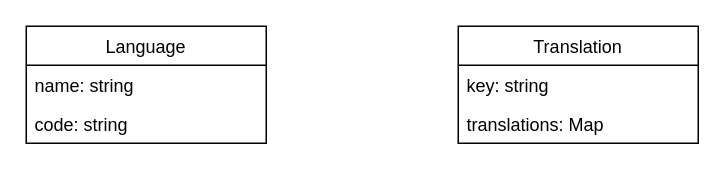
Above: page "Translator" (2 of 4) of docs/Diagrama-de-clases.drawio in starmickey/Students-Manager (draw.io), before the change. Source tidied: cells renumbered, new cells numbered last; positions are measured from the earlier drawing's top-left corner, leaving out a move shared by most shapes. Both pictures are drawn from the tidied source at 150%, with x=0, y=0 at pixel (26, 26).
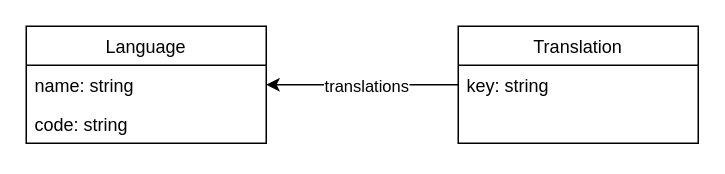
Above is the later version.

The edit, as a diff of the source:
```diff
@@
 <mxGraphModel>
   <root>
     <mxCell id="0" />
     <mxCell id="1" parent="0" />
     <mxCell id="2" value="Language" style="swimlane;fontStyle=0;align=center;verticalAlign=top;horizontal=1;startSize=26;rounded=0;shadow=0;strokeWidth=1;" parent="1" vertex="1">
       <mxGeometry width="160" height="78" as="geometry" />
     </mxCell>
     <mxCell id="3" value="name: string" style="text;align=left;verticalAlign=top;spacingLeft=4;spacingRight=4;overflow=hidden;" parent="2" vertex="1">
       <mxGeometry y="26" width="160" height="26" as="geometry" />
     </mxCell>
     <mxCell id="4" value="code: string" style="text;align=left;verticalAlign=top;spacingLeft=4;spacingRight=4;overflow=hidden;rounded=0;shadow=0;html=0;" parent="2" vertex="1">
       <mxGeometry y="52" width="160" height="26" as="geometry" />
     </mxCell>
+    <mxCell id="8" style="edgeStyle=orthogonalEdgeStyle;rounded=0;jettySize=auto;html=1;" parent="1" edge="1" source="5" target="2">
+      <mxGeometry relative="1" as="geometry" />
+    </mxCell>
+    <mxCell id="9" value="translations" style="edgeLabel;html=1;align=center;verticalAlign=middle;" parent="8" vertex="1">
+      <mxGeometry x="-0.03" relative="1" as="geometry" />
+    </mxCell>
     <mxCell id="5" value="Translation" style="swimlane;fontStyle=0;align=center;verticalAlign=top;horizontal=1;startSize=26;rounded=0;shadow=0;strokeWidth=1;" parent="1" vertex="1">
       <mxGeometry x="288" width="160" height="78" as="geometry" />
     </mxCell>
     <mxCell id="6" value="key: string" style="text;align=left;verticalAlign=top;spacingLeft=4;spacingRight=4;overflow=hidden;" parent="5" vertex="1">
       <mxGeometry y="26" width="160" height="26" as="geometry" />
     </mxCell>
-    <mxCell id="7" value="translations: Map" style="text;align=left;verticalAlign=top;spacingLeft=4;spacingRight=4;overflow=hidden;rounded=0;shadow=0;html=0;" parent="5" vertex="1">
-      <mxGeometry y="52" width="160" height="26" as="geometry" />
-    </mxCell>
   </root>
 </mxGraphModel>
```
